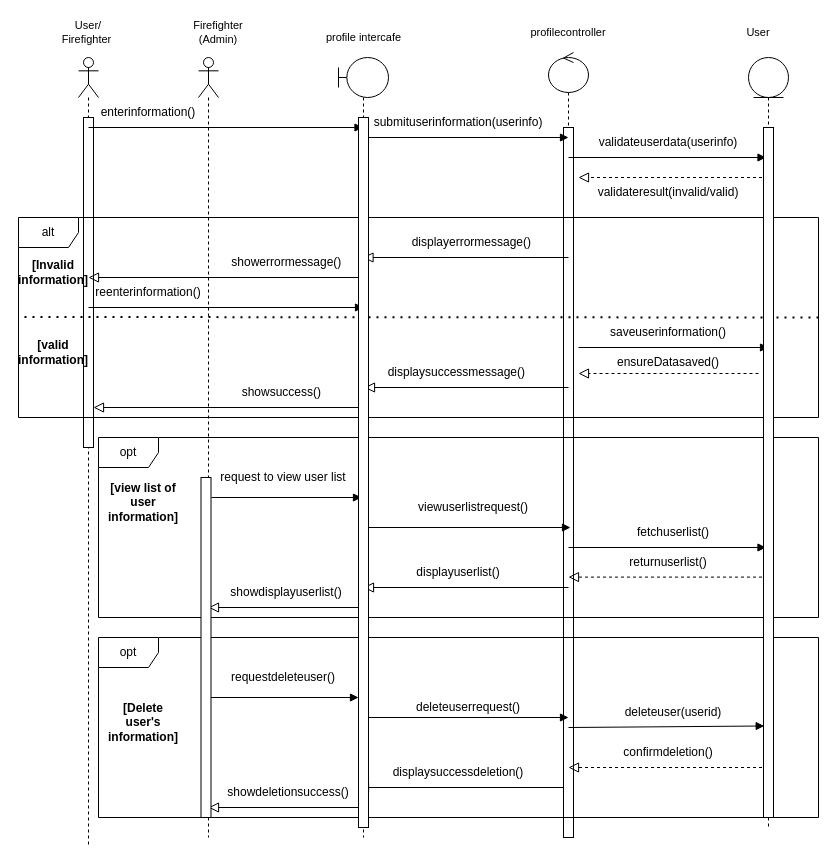
Earlier version of the draw.io diagram page "profile SD" (6 of 21) of doc/PSM.drawio (SNFASA/AI-Fire-Monitoring-System). Source tidied: cells renumbered, new cells numbered last; positions are measured from the earlier drawing's top-left corner, leaving out a move shared by most shapes. Both pictures are drawn from the tidied source at 100%, with x=0, y=0 at pixel (18, 17).
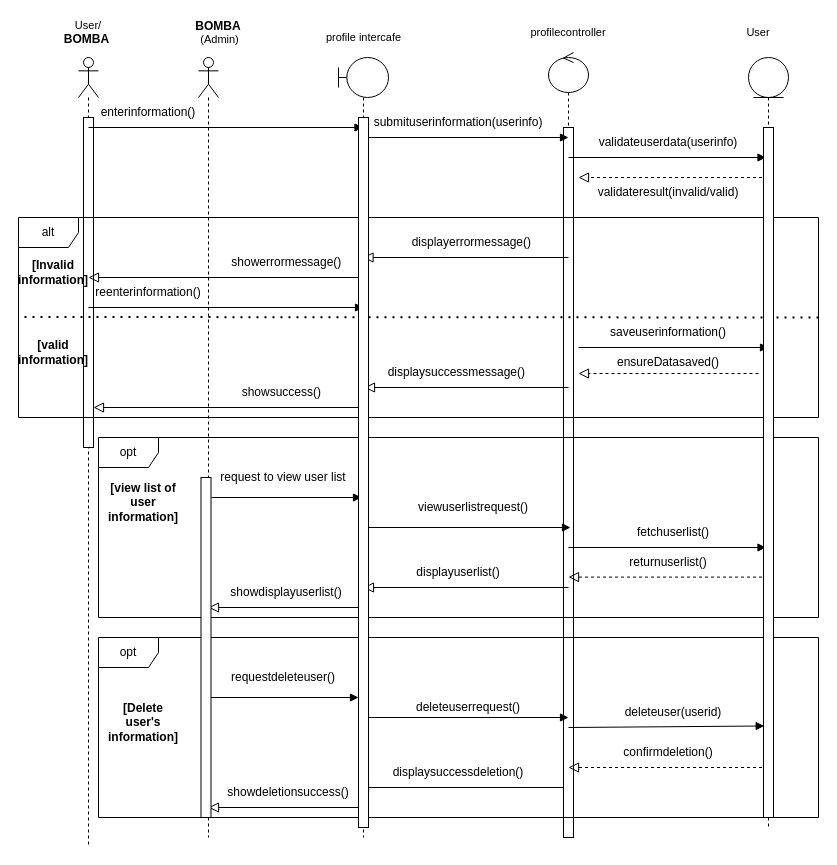
After the change.

What changed in the source:
```diff
@@
-    <mxCell id="8" value="User/&lt;div&gt;Firefighter&amp;nbsp;&lt;/div&gt;" style="text;html=1;whiteSpace=wrap;strokeColor=none;fillColor=none;align=center;verticalAlign=middle;rounded=0;fontFamily=Helvetica;fontSize=11;fontColor=default;labelBackgroundColor=none;" parent="1" vertex="1">
+    <mxCell id="8" value="User/&lt;br&gt;&lt;div&gt;&lt;span style=&quot;font-size: 12px; font-weight: 700; caret-color: rgba(0, 0, 0, 0); background-color: transparent; color: light-dark(rgb(0, 0, 0), rgb(255, 255, 255));&quot;&gt;BOMBA&lt;/span&gt;&amp;nbsp;&lt;/div&gt;" style="text;html=1;whiteSpace=wrap;strokeColor=none;fillColor=none;align=center;verticalAlign=middle;rounded=0;fontFamily=Helvetica;fontSize=11;fontColor=default;labelBackgroundColor=none;" parent="1" vertex="1">
       <mxGeometry x="40" width="60" height="30" as="geometry" />
     </mxCell>
@@
-    <mxCell id="13" value="&lt;div&gt;Firefighter (Admin)&lt;/div&gt;" style="text;html=1;whiteSpace=wrap;strokeColor=none;fillColor=none;align=center;verticalAlign=middle;rounded=0;fontFamily=Helvetica;fontSize=11;fontColor=default;labelBackgroundColor=none;" parent="1" vertex="1">
+    <mxCell id="13" value="&lt;div&gt;&lt;span style=&quot;font-size: 12px; font-weight: 700; caret-color: rgba(0, 0, 0, 0); background-color: transparent; color: light-dark(rgb(0, 0, 0), rgb(255, 255, 255));&quot;&gt;BOMBA&lt;/span&gt;&lt;/div&gt;&lt;div&gt;&amp;nbsp;(Admin)&lt;/div&gt;" style="text;html=1;whiteSpace=wrap;strokeColor=none;fillColor=none;align=center;verticalAlign=middle;rounded=0;fontFamily=Helvetica;fontSize=11;fontColor=default;labelBackgroundColor=none;" parent="1" vertex="1">
       <mxGeometry x="170" width="60" height="30" as="geometry" />
     </mxCell>
```
